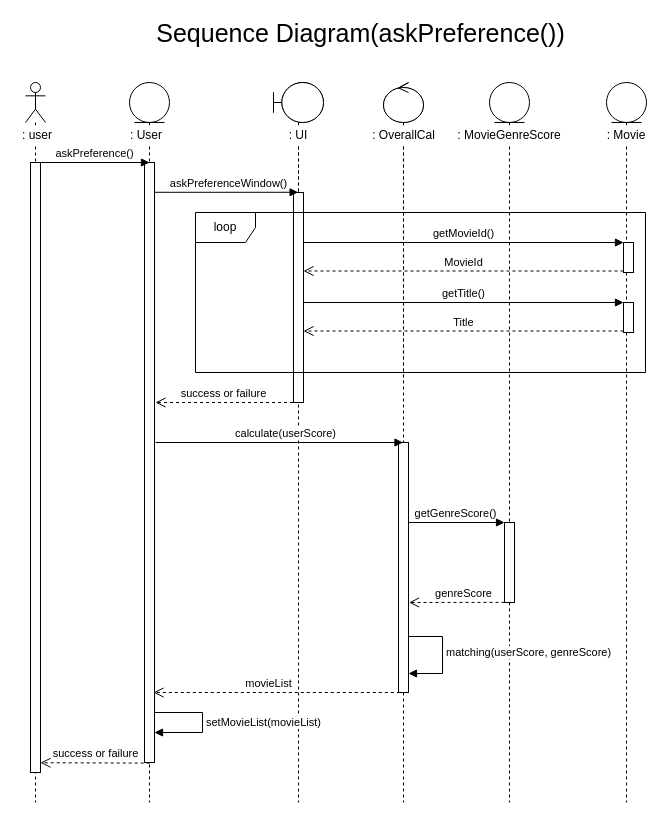
This is page "Page-1" (1 of 2) of documents/UML/sequenceDiagram.drawio from SoftwareEngineering-Gotcha/MovieRecommendation, a draw.io file, before an edit. Source tidied: cells renumbered, new cells numbered last; positions are measured from the earlier drawing's top-left corner, leaving out a move shared by most shapes. Both pictures are drawn from the tidied source at 100%, with x=0, y=0 at pixel (17, 22).
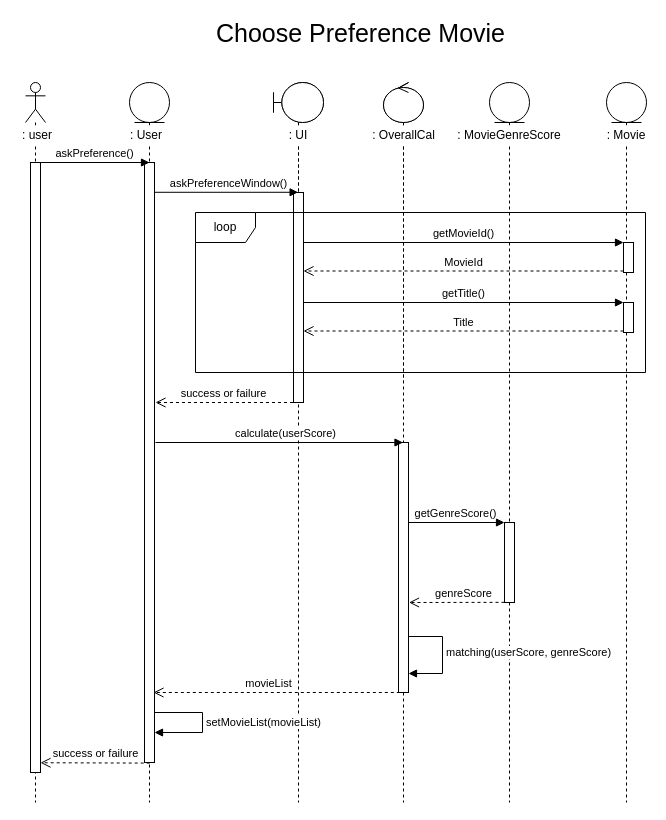
The same diagram, later.

Commit message (it also covers changes not shown here):
Sequence Diagram and State Diagram edited.

The edit, as a diff of the source:
```diff
@@
-    <mxCell id="31" value="&lt;font style=&quot;font-size: 25px&quot;&gt;Sequence Diagram(askPreference())&lt;/font&gt;" style="text;html=1;align=center;verticalAlign=middle;strokeColor=none;" parent="1" vertex="1">
-      <mxGeometry x="133" width="420" height="20" as="geometry" />
+    <mxCell id="31" value="&lt;font style=&quot;font-size: 25px&quot;&gt;Choose Preference Movie&lt;/font&gt;" style="text;html=1;align=center;verticalAlign=middle;strokeColor=none;" parent="1" vertex="1">
+      <mxGeometry x="193" width="300" height="20" as="geometry" />
     </mxCell>
```
